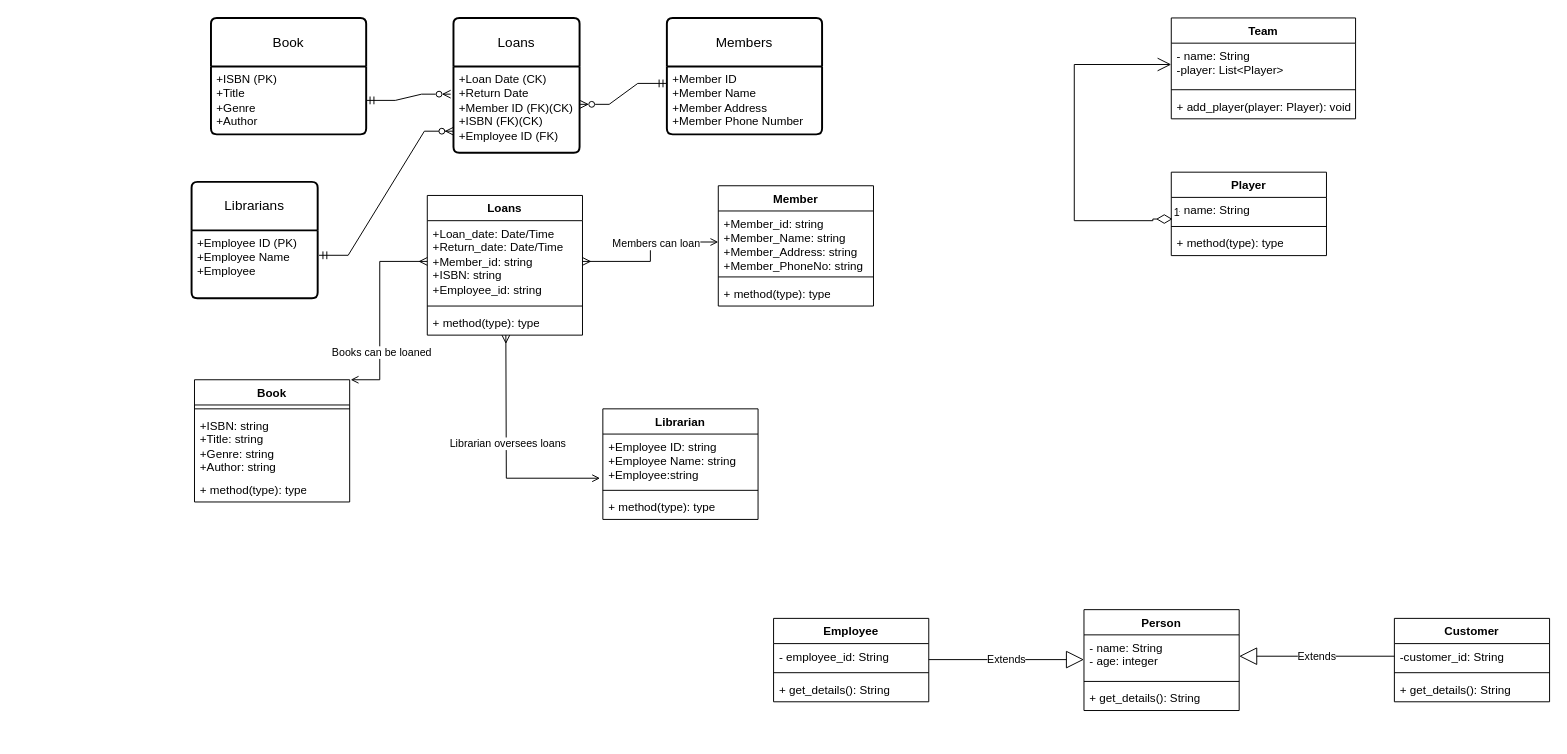
This is Library ERD.drawio from Nudara08/AT1_playarea, a draw.io file, before an edit. Source tidied: cells renumbered, new cells numbered last; positions are measured from the earlier drawing's top-left corner, leaving out a move shared by most shapes. Both pictures are drawn from the tidied source at 97%, with x=0, y=0 at pixel (191, 16).
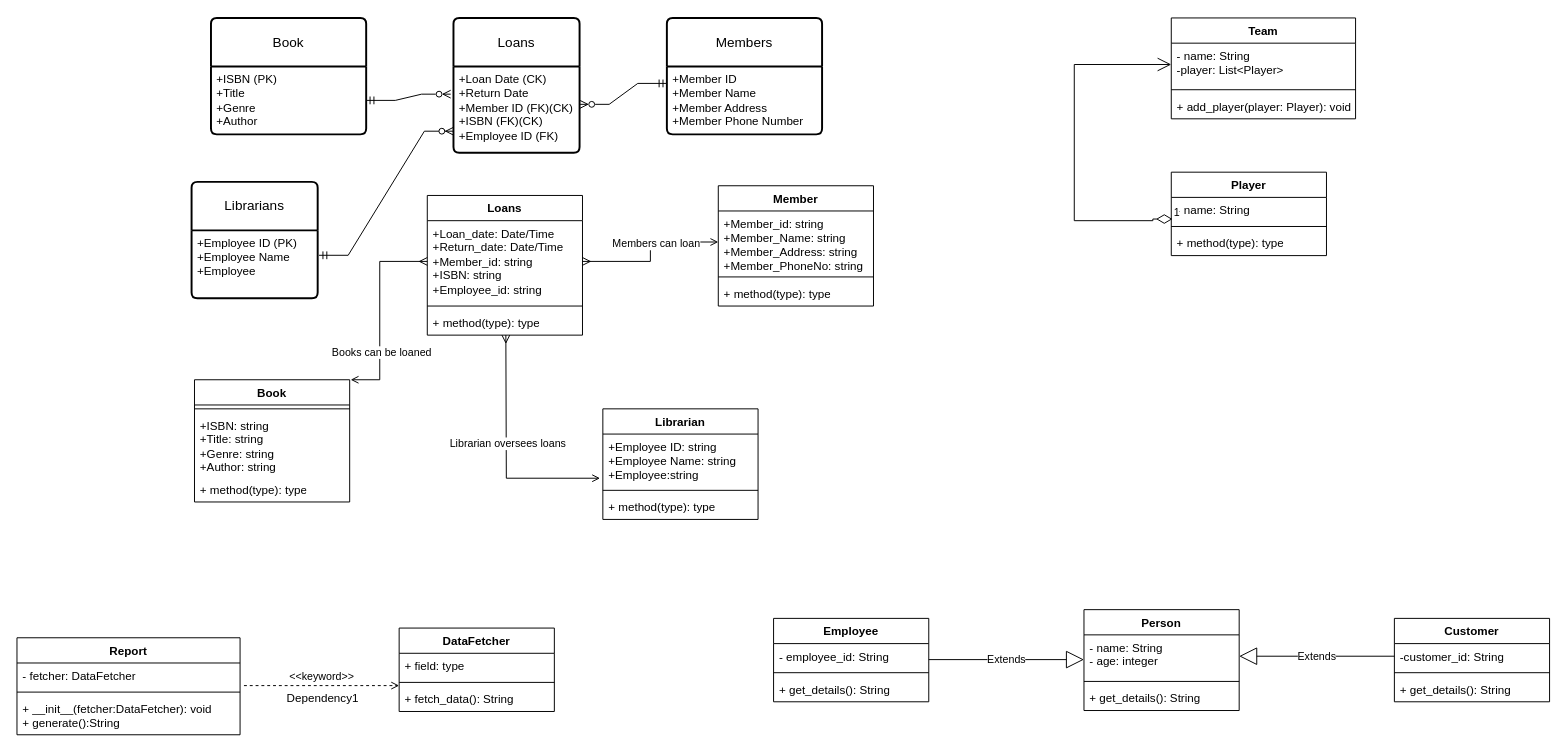
The same page after the edit.

Change to the diagram source:
```diff
@@
+    <mxCell id="58" value="DataFetcher" style="swimlane;fontStyle=1;align=center;verticalAlign=top;horizontal=1;startSize=26;whiteSpace=wrap;html=1;" parent="1" vertex="1">
+      <mxGeometry x="214" y="630" width="160" height="86" as="geometry" />
+    </mxCell>
+    <mxCell id="59" value="+ field: type" style="text;strokeColor=none;fillColor=none;align=left;verticalAlign=top;spacingLeft=4;spacingRight=4;overflow=hidden;whiteSpace=wrap;html=1;" parent="58" vertex="1">
+      <mxGeometry y="26" width="160" height="26" as="geometry" />
+    </mxCell>
+    <mxCell id="60" style="line;strokeWidth=1;fillColor=none;align=left;verticalAlign=middle;spacingTop=-1;spacingLeft=3;spacingRight=3;labelPosition=right;strokeColor=inherit;" parent="58" vertex="1">
+      <mxGeometry y="52" width="160" height="8" as="geometry" />
+    </mxCell>
+    <mxCell id="61" value="+ fetch_data(): String" style="text;strokeColor=none;fillColor=none;align=left;verticalAlign=top;spacingLeft=4;spacingRight=4;overflow=hidden;whiteSpace=wrap;html=1;" parent="58" vertex="1">
+      <mxGeometry y="60" width="160" height="26" as="geometry" />
+    </mxCell>
+    <mxCell id="62" value="Report" style="swimlane;fontStyle=1;align=center;verticalAlign=top;horizontal=1;startSize=26;whiteSpace=wrap;html=1;" parent="1" vertex="1">
+      <mxGeometry x="-180" y="640" width="230" height="100" as="geometry" />
+    </mxCell>
+    <mxCell id="63" value="- fetcher: DataFetcher" style="text;strokeColor=none;fillColor=none;align=left;verticalAlign=top;spacingLeft=4;spacingRight=4;overflow=hidden;whiteSpace=wrap;html=1;" parent="62" vertex="1">
+      <mxGeometry y="26" width="230" height="26" as="geometry" />
+    </mxCell>
+    <mxCell id="64" style="line;strokeWidth=1;fillColor=none;align=left;verticalAlign=middle;spacingTop=-1;spacingLeft=3;spacingRight=3;labelPosition=right;strokeColor=inherit;" parent="62" vertex="1">
+      <mxGeometry y="52" width="230" height="8" as="geometry" />
+    </mxCell>
+    <mxCell id="65" value="+ __init__(fetcher:DataFetcher): void&lt;div&gt;+ generate():String&lt;/div&gt;" style="text;strokeColor=none;fillColor=none;align=left;verticalAlign=top;spacingLeft=4;spacingRight=4;overflow=hidden;whiteSpace=wrap;html=1;" parent="62" vertex="1">
+      <mxGeometry y="60" width="230" height="40" as="geometry" />
+    </mxCell>
+    <mxCell id="66" value="&amp;lt;&amp;lt;keyword&amp;gt;&amp;gt;" style="endArrow=open;html=1;rounded=0;align=center;verticalAlign=bottom;dashed=1;endFill=0;labelBackgroundColor=none;" parent="1" edge="1">
+      <mxGeometry relative="1" as="geometry">
+        <mxPoint x="54" y="689.3" as="sourcePoint" />
+        <mxPoint x="214" y="689.3" as="targetPoint" />
+      </mxGeometry>
+    </mxCell>
+    <mxCell id="67" value="Dependency1" style="html=1;align=center;verticalAlign=top;labelBackgroundColor=none;" parent="66" vertex="1">
+      <mxGeometry relative="1" as="geometry" />
+    </mxCell>
```
